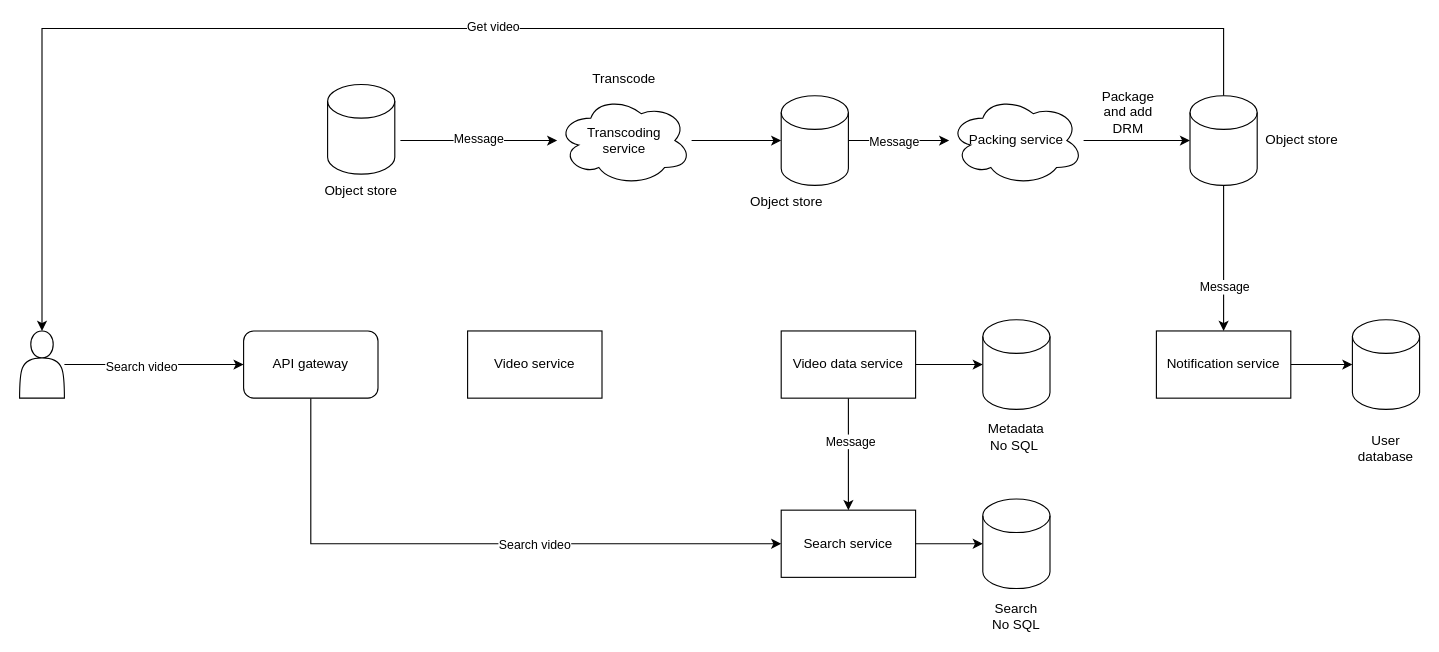
This is diagram.drawio from laxuanlinh/systemdesign, a draw.io file, before an edit. Source tidied: cells renumbered, new cells numbered last; positions are measured from the earlier drawing's top-left corner, leaving out a move shared by most shapes. Both pictures are drawn from the tidied source at 112%, with x=0, y=0 at pixel (19, 28).
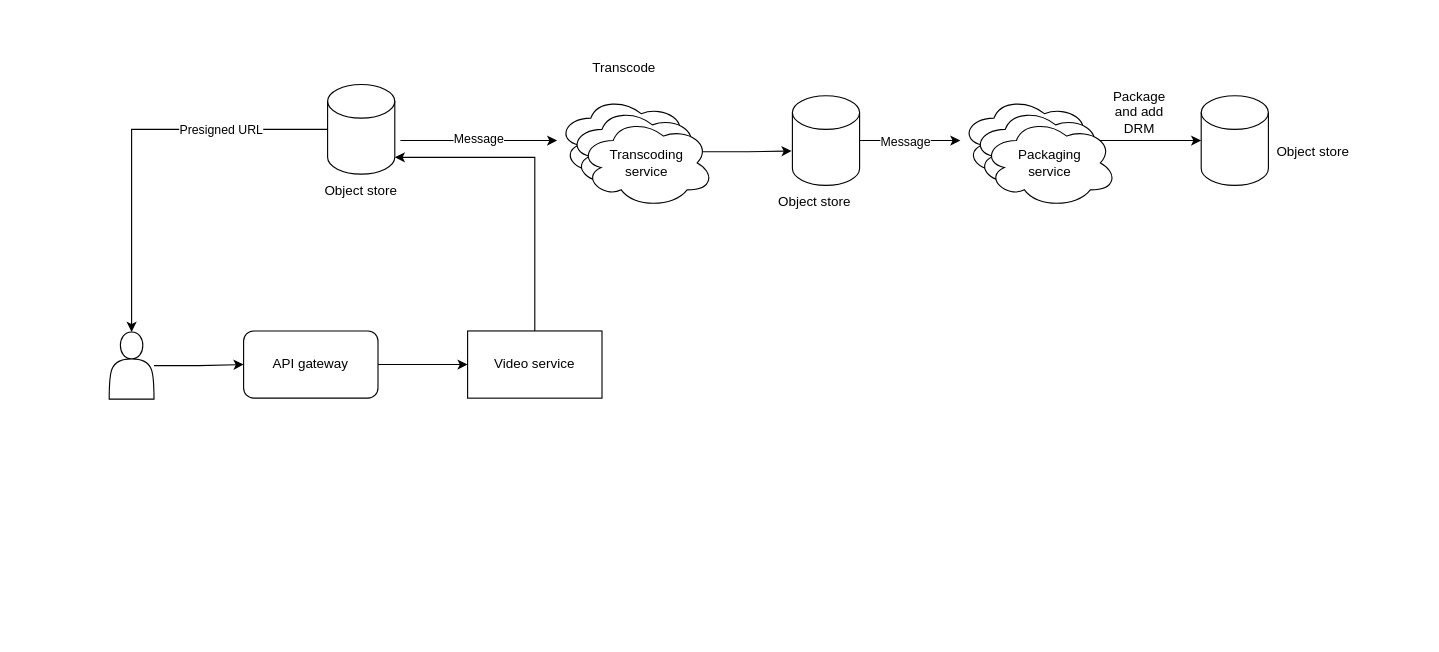
After the change.

Unchanged cells that the change refers to:
```xml
<mxCell id="2" style="edgeStyle=orthogonalEdgeStyle;rounded=0;jettySize=auto;html=1;" parent="1" edge="1" source="4" target="13">
  <mxGeometry relative="1" as="geometry" />
</mxCell>
<mxCell id="7" style="shape=cylinder3;whiteSpace=wrap;html=1;boundedLbl=1;backgroundOutline=1;size=15;" parent="1" vertex="1">
  <mxGeometry x="275" y="50" width="60" height="80" as="geometry" />
</mxCell>
<mxCell id="13" value="API gateway" style="rounded=1;whiteSpace=wrap;html=1;" parent="1" vertex="1">
  <mxGeometry x="200" y="270" width="120" height="60" as="geometry" />
</mxCell>
<mxCell id="14" value="Video service" style="rounded=0;whiteSpace=wrap;html=1;" parent="1" vertex="1">
  <mxGeometry x="400" y="270" width="120" height="60" as="geometry" />
</mxCell>
```

Diff of the diagram source:
```diff
@@
-    <mxCell id="3" value="Search video" style="edgeLabel;html=1;align=center;verticalAlign=middle;" parent="2" vertex="1">
-      <mxGeometry x="-0.15" y="-1" relative="1" as="geometry" />
-    </mxCell>
     <mxCell id="4" style="shape=actor;whiteSpace=wrap;html=1;" parent="1" vertex="1">
-      <mxGeometry y="270" width="40" height="60" as="geometry" />
+      <mxGeometry x="80" y="270.9" width="40" height="60" as="geometry" />
     </mxCell>
@@
+    <mxCell id="43" style="edgeStyle=orthogonalEdgeStyle;rounded=0;jettySize=auto;html=1;entryX=0.5;entryY=0;entryDx=0;entryDy=0;" parent="1" edge="1" source="7" target="4">
+      <mxGeometry relative="1" as="geometry" />
+    </mxCell>
+    <mxCell id="44" value="Presigned URL" style="edgeLabel;html=1;align=center;verticalAlign=middle;" parent="43" vertex="1">
+      <mxGeometry x="-0.26" y="-1" relative="1" as="geometry">
+        <mxPoint x="36" y="1" as="offset" />
+      </mxGeometry>
+    </mxCell>
@@
-    <mxCell id="9" style="edgeStyle=orthogonalEdgeStyle;rounded=0;jettySize=auto;html=1;entryX=0;entryY=0.5;entryDx=0;entryDy=0;entryPerimeter=0;" parent="1" edge="1" source="10" target="22">
-      <mxGeometry relative="1" as="geometry" />
-    </mxCell>
-    <mxCell id="10" value="Transcoding &lt;br&gt;service" style="ellipse;shape=cloud;whiteSpace=wrap;html=1;" parent="1" vertex="1">
+    <mxCell id="10" style="ellipse;shape=cloud;whiteSpace=wrap;html=1;" parent="1" vertex="1">
       <mxGeometry x="480" y="60" width="120" height="80" as="geometry" />
     </mxCell>
-    <mxCell id="11" style="edgeStyle=orthogonalEdgeStyle;rounded=0;jettySize=auto;html=1;entryX=0;entryY=0.5;entryDx=0;entryDy=0;" parent="1" edge="1" source="13" target="40">
-      <mxGeometry relative="1" as="geometry">
-        <Array as="points">
-          <mxPoint x="260" y="460" />
-        </Array>
-      </mxGeometry>
-    </mxCell>
-    <mxCell id="12" value="Search video" style="edgeLabel;html=1;align=center;verticalAlign=middle;" parent="11" vertex="1">
-      <mxGeometry x="0.15" y="-2" relative="1" as="geometry">
-        <mxPoint x="13" y="-2" as="offset" />
-      </mxGeometry>
-    </mxCell>
+    <mxCell id="45" style="edgeStyle=orthogonalEdgeStyle;rounded=0;jettySize=auto;html=1;entryX=0;entryY=0.5;entryDx=0;entryDy=0;" parent="1" edge="1" source="13" target="14">
+      <mxGeometry relative="1" as="geometry" />
+    </mxCell>
@@
+    <mxCell id="46" style="edgeStyle=orthogonalEdgeStyle;rounded=0;jettySize=auto;html=1;entryX=1;entryY=1;entryDx=0;entryDy=-15;entryPerimeter=0;" parent="1" edge="1" source="14" target="7">
+      <mxGeometry relative="1" as="geometry">
+        <Array as="points">
+          <mxPoint x="460" y="115" />
+        </Array>
+      </mxGeometry>
+    </mxCell>
@@
-    <mxCell id="15" style="edgeStyle=orthogonalEdgeStyle;rounded=0;jettySize=auto;html=1;entryX=0;entryY=0.5;entryDx=0;entryDy=0;entryPerimeter=0;" parent="1" edge="1" source="18" target="19">
-      <mxGeometry relative="1" as="geometry" />
-    </mxCell>
-    <mxCell id="16" style="edgeStyle=orthogonalEdgeStyle;rounded=0;jettySize=auto;html=1;entryX=0.5;entryY=0;entryDx=0;entryDy=0;" parent="1" edge="1" source="18" target="40">
-      <mxGeometry relative="1" as="geometry" />
-    </mxCell>
-    <mxCell id="17" value="Message" style="edgeLabel;html=1;align=center;verticalAlign=middle;" parent="16" vertex="1">
-      <mxGeometry x="-0.25" y="1" relative="1" as="geometry" />
-    </mxCell>
-    <mxCell id="18" value="Video data service" style="rounded=0;whiteSpace=wrap;html=1;" parent="1" vertex="1">
-      <mxGeometry x="680" y="270" width="120" height="60" as="geometry" />
-    </mxCell>
-    <mxCell id="19" style="shape=cylinder3;whiteSpace=wrap;html=1;boundedLbl=1;backgroundOutline=1;size=15;" parent="1" vertex="1">
-      <mxGeometry x="860" y="260" width="60" height="80" as="geometry" />
-    </mxCell>
@@
     <mxCell id="22" style="shape=cylinder3;whiteSpace=wrap;html=1;boundedLbl=1;backgroundOutline=1;size=15;" parent="1" vertex="1">
-      <mxGeometry x="680" y="60" width="60" height="80" as="geometry" />
+      <mxGeometry x="690" y="60" width="60" height="80" as="geometry" />
     </mxCell>
     <mxCell id="23" value="Object store" style="text;html=1;strokeColor=none;fillColor=none;align=center;verticalAlign=middle;whiteSpace=wrap;rounded=0;" parent="1" vertex="1">
-      <mxGeometry x="630" y="140" width="110" height="30" as="geometry" />
+      <mxGeometry x="655" y="140" width="110" height="30" as="geometry" />
     </mxCell>
@@
-    <mxCell id="25" value="Packing service" style="ellipse;shape=cloud;whiteSpace=wrap;html=1;" parent="1" vertex="1">
-      <mxGeometry x="830" y="60" width="120" height="80" as="geometry" />
+    <mxCell id="25" style="ellipse;shape=cloud;whiteSpace=wrap;html=1;" parent="1" vertex="1">
+      <mxGeometry x="840" y="60" width="120" height="80" as="geometry" />
     </mxCell>
-    <mxCell id="26" style="edgeStyle=orthogonalEdgeStyle;rounded=0;jettySize=auto;html=1;entryX=0.5;entryY=0;entryDx=0;entryDy=0;" parent="1" edge="1" source="30" target="36">
-      <mxGeometry relative="1" as="geometry" />
-    </mxCell>
-    <mxCell id="27" value="Message" style="edgeLabel;html=1;align=center;verticalAlign=middle;" parent="26" vertex="1">
-      <mxGeometry x="0.04" y="1" relative="1" as="geometry">
-        <mxPoint x="-1" y="22" as="offset" />
-      </mxGeometry>
-    </mxCell>
-    <mxCell id="28" style="edgeStyle=orthogonalEdgeStyle;rounded=0;jettySize=auto;html=1;exitX=0.5;exitY=0;exitDx=0;exitDy=0;exitPerimeter=0;" parent="1" edge="1" source="30" target="4">
-      <mxGeometry relative="1" as="geometry">
-        <Array as="points">
-          <mxPoint x="1075" />
-          <mxPoint x="20" />
-        </Array>
-      </mxGeometry>
-    </mxCell>
-    <mxCell id="29" value="Get video" style="edgeLabel;html=1;align=center;verticalAlign=middle;" parent="28" vertex="1">
-      <mxGeometry x="0.03" y="-2" relative="1" as="geometry" />
-    </mxCell>
     <mxCell id="30" style="shape=cylinder3;whiteSpace=wrap;html=1;boundedLbl=1;backgroundOutline=1;size=15;" parent="1" vertex="1">
-      <mxGeometry x="1045" y="60" width="60" height="80" as="geometry" />
+      <mxGeometry x="1055" y="60" width="60" height="80" as="geometry" />
     </mxCell>
     <mxCell id="31" value="Object store" style="text;html=1;strokeColor=none;fillColor=none;align=center;verticalAlign=middle;whiteSpace=wrap;rounded=0;" parent="1" vertex="1">
-      <mxGeometry x="1090" y="85" width="110" height="30" as="geometry" />
+      <mxGeometry x="1100" y="95" width="110" height="30" as="geometry" />
     </mxCell>
     <mxCell id="32" value="Transcode" style="text;html=1;strokeColor=none;fillColor=none;align=center;verticalAlign=middle;whiteSpace=wrap;rounded=0;" parent="1" vertex="1">
-      <mxGeometry x="510" y="30" width="60" height="30" as="geometry" />
+      <mxGeometry x="510" y="20" width="60" height="30" as="geometry" />
     </mxCell>
     <mxCell id="33" value="Package and add DRM" style="text;html=1;strokeColor=none;fillColor=none;align=center;verticalAlign=middle;whiteSpace=wrap;rounded=0;" parent="1" vertex="1">
-      <mxGeometry x="960" y="60" width="60" height="30" as="geometry" />
+      <mxGeometry x="970" y="60" width="60" height="30" as="geometry" />
     </mxCell>
-    <mxCell id="34" value="Metadata No SQL&amp;nbsp;" style="text;html=1;strokeColor=none;fillColor=none;align=center;verticalAlign=middle;whiteSpace=wrap;rounded=0;" parent="1" vertex="1">
-      <mxGeometry x="860" y="350" width="60" height="30" as="geometry" />
-    </mxCell>
-    <mxCell id="35" style="edgeStyle=orthogonalEdgeStyle;rounded=0;jettySize=auto;html=1;entryX=0;entryY=0.5;entryDx=0;entryDy=0;entryPerimeter=0;" parent="1" edge="1" source="36" target="37">
-      <mxGeometry relative="1" as="geometry" />
-    </mxCell>
-    <mxCell id="36" value="Notification service" style="rounded=0;whiteSpace=wrap;html=1;" parent="1" vertex="1">
-      <mxGeometry x="1015" y="270" width="120" height="60" as="geometry" />
-    </mxCell>
-    <mxCell id="37" style="shape=cylinder3;whiteSpace=wrap;html=1;boundedLbl=1;backgroundOutline=1;size=15;" parent="1" vertex="1">
-      <mxGeometry x="1190" y="260" width="60" height="80" as="geometry" />
-    </mxCell>
-    <mxCell id="38" value="User database" style="text;html=1;strokeColor=none;fillColor=none;align=center;verticalAlign=middle;whiteSpace=wrap;rounded=0;" parent="1" vertex="1">
-      <mxGeometry x="1190" y="360" width="60" height="30" as="geometry" />
-    </mxCell>
-    <mxCell id="39" style="edgeStyle=orthogonalEdgeStyle;rounded=0;jettySize=auto;html=1;entryX=0;entryY=0.5;entryDx=0;entryDy=0;entryPerimeter=0;" parent="1" edge="1" source="40" target="41">
-      <mxGeometry relative="1" as="geometry" />
-    </mxCell>
-    <mxCell id="40" value="Search service" style="rounded=0;whiteSpace=wrap;html=1;" parent="1" vertex="1">
-      <mxGeometry x="680" y="430" width="120" height="60" as="geometry" />
-    </mxCell>
-    <mxCell id="41" style="shape=cylinder3;whiteSpace=wrap;html=1;boundedLbl=1;backgroundOutline=1;size=15;" parent="1" vertex="1">
-      <mxGeometry x="860" y="420" width="60" height="80" as="geometry" />
-    </mxCell>
-    <mxCell id="42" value="Search &lt;br&gt;No SQL" style="text;html=1;strokeColor=none;fillColor=none;align=center;verticalAlign=middle;whiteSpace=wrap;rounded=0;" parent="1" vertex="1">
-      <mxGeometry x="860" y="510" width="60" height="30" as="geometry" />
-    </mxCell>
+    <mxCell id="47" style="edgeStyle=orthogonalEdgeStyle;rounded=0;jettySize=auto;html=1;entryX=-0.012;entryY=0.617;entryDx=0;entryDy=0;entryPerimeter=0;" parent="1" edge="1" source="48" target="22">
+      <mxGeometry relative="1" as="geometry" />
+    </mxCell>
+    <mxCell id="48" style="ellipse;shape=cloud;whiteSpace=wrap;html=1;" parent="1" vertex="1">
+      <mxGeometry x="490" y="70" width="120" height="80" as="geometry" />
+    </mxCell>
+    <mxCell id="49" style="ellipse;shape=cloud;whiteSpace=wrap;html=1;" parent="1" vertex="1">
+      <mxGeometry x="850" y="70" width="120" height="80" as="geometry" />
+    </mxCell>
+    <mxCell id="50" value="Packaging&lt;br&gt;service" style="ellipse;shape=cloud;whiteSpace=wrap;html=1;" parent="1" vertex="1">
+      <mxGeometry x="860" y="80" width="120" height="80" as="geometry" />
+    </mxCell>
+    <mxCell id="51" value="Transcoding&lt;br&gt;service" style="ellipse;shape=cloud;whiteSpace=wrap;html=1;" parent="1" vertex="1">
+      <mxGeometry x="500" y="80" width="120" height="80" as="geometry" />
+    </mxCell>
```
